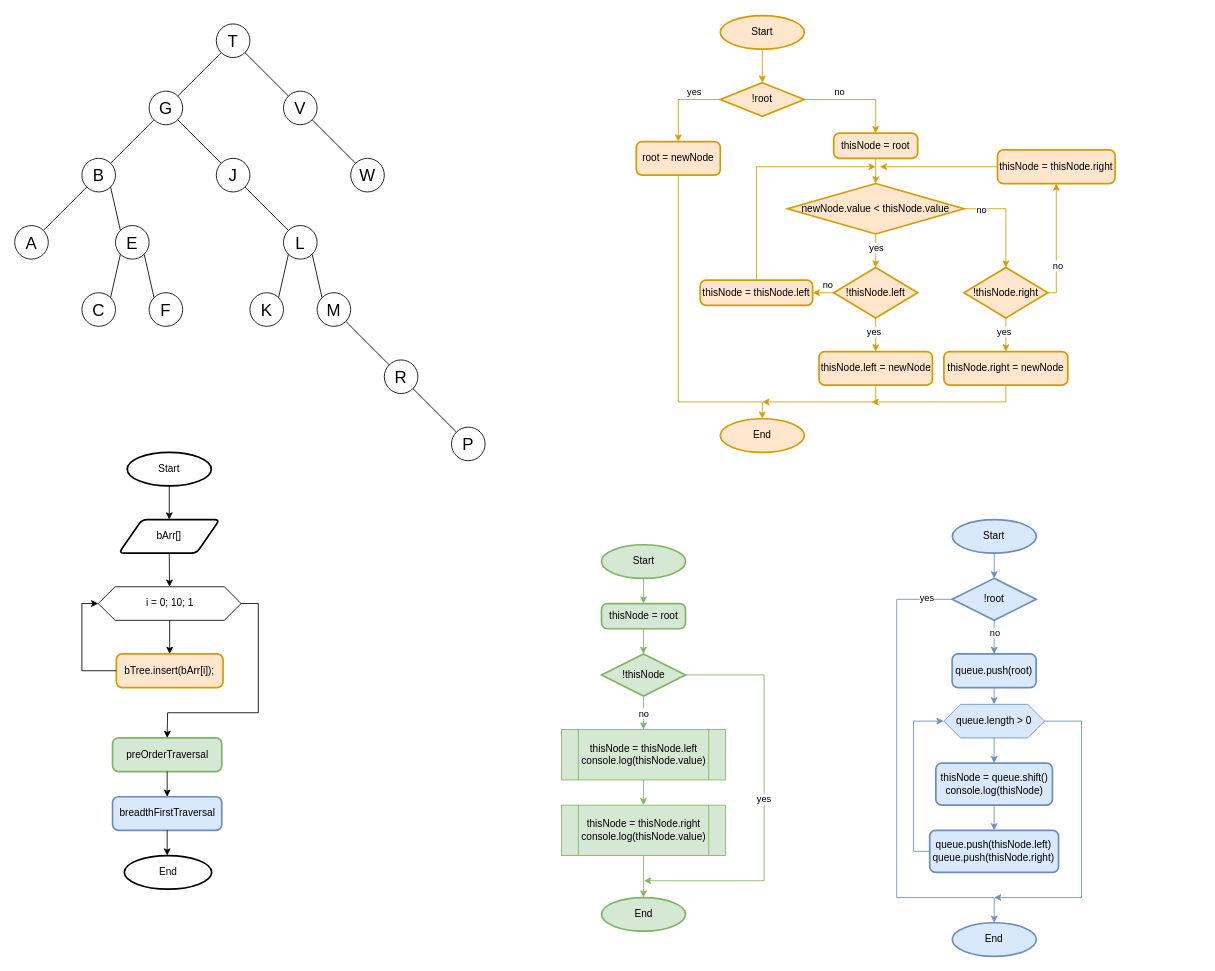
Above: diagrams/algoritms/task2.drawio in Vlas1d/Algorithms (draw.io), before the change. Source tidied: cells renumbered, new cells numbered last; positions are measured from the earlier drawing's top-left corner, leaving out a move shared by most shapes. Both pictures are drawn from the tidied source at 84%, with x=0, y=0 at pixel (14, 15).
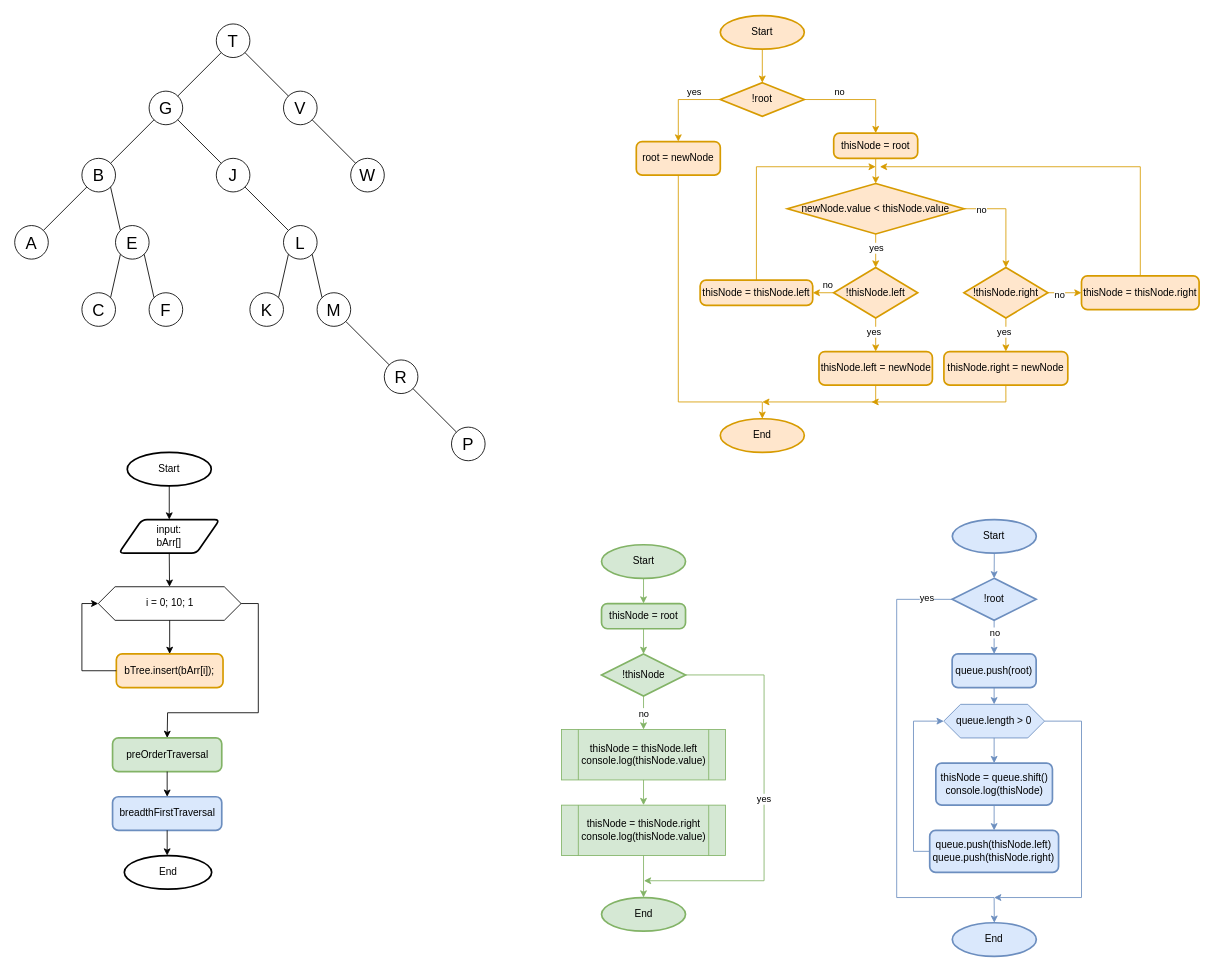
The same page after the edit.

Diff of the diagram source:
```diff
@@
-    <mxCell id="46" value="bArr[]" style="shape=parallelogram;html=1;strokeWidth=2;perimeter=parallelogramPerimeter;whiteSpace=wrap;rounded=1;arcSize=12;size=0.23;" parent="1" vertex="1">
+    <mxCell id="46" value="input:&lt;br&gt;bArr[]" style="shape=parallelogram;html=1;strokeWidth=2;perimeter=parallelogramPerimeter;whiteSpace=wrap;rounded=1;arcSize=12;size=0.23;" parent="1" vertex="1">
       <mxGeometry x="124" y="600" width="120" height="40" as="geometry" />
     </mxCell>
@@
     <mxCell id="68" value="thisNode = thisNode.right" style="rounded=1;whiteSpace=wrap;html=1;absoluteArcSize=1;arcSize=14;strokeWidth=2;fillColor=#ffe6cc;strokeColor=#d79b00;" parent="1" vertex="1">
-      <mxGeometry x="1170" y="160" width="140" height="40" as="geometry" />
+      <mxGeometry x="1270" y="310" width="140" height="40" as="geometry" />
     </mxCell>
@@
-    <mxCell id="76" style="endArrow=classic;html=1;rounded=0;exitX=0;exitY=0.5;exitDx=0;exitDy=0;fillColor=#ffe6cc;strokeColor=#d79b00;" parent="1" edge="1" source="68">
+    <mxCell id="76" style="endArrow=classic;html=1;rounded=0;exitX=0.5;exitY=0;exitDx=0;exitDy=0;fillColor=#ffe6cc;strokeColor=#d79b00;" parent="1" edge="1" source="68">
       <mxGeometry relative="1" as="geometry">
         <mxPoint x="1030" y="180" as="targetPoint" />
+        <Array as="points">
+          <mxPoint x="1340" y="180" />
+        </Array>
       </mxGeometry>
     </mxCell>
```
